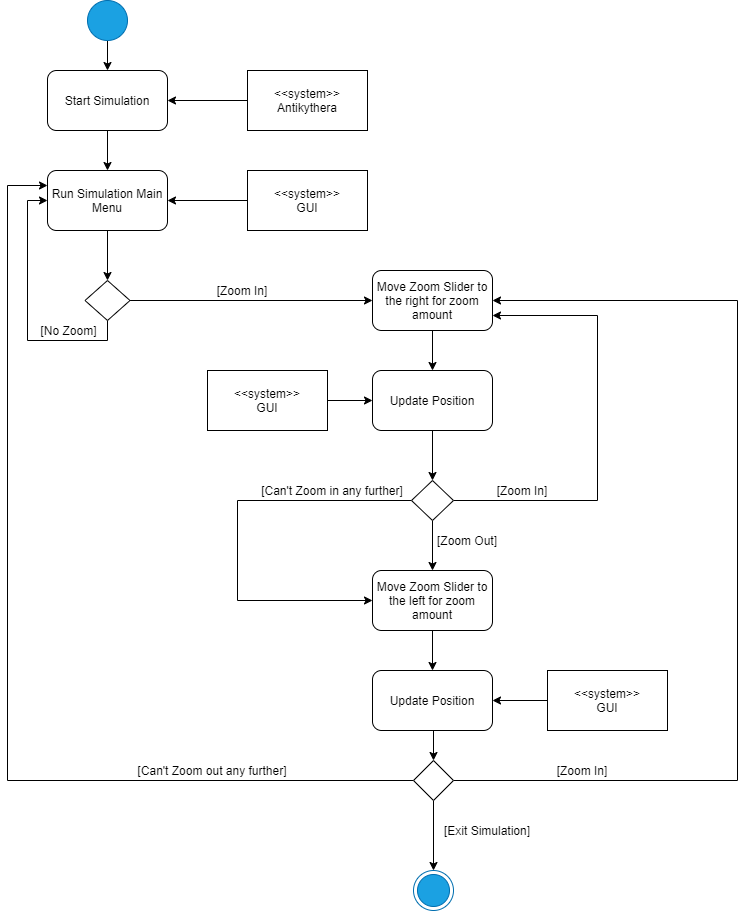
semmanuel/Antikythera keeps this draw.io diagram as Project Process Models/Zoom_Activity.png. Above is the earlier version. Source tidied: cells renumbered, new cells last; positions are measured from the earlier drawing's top-left corner, leaving out a move shared by most shapes.
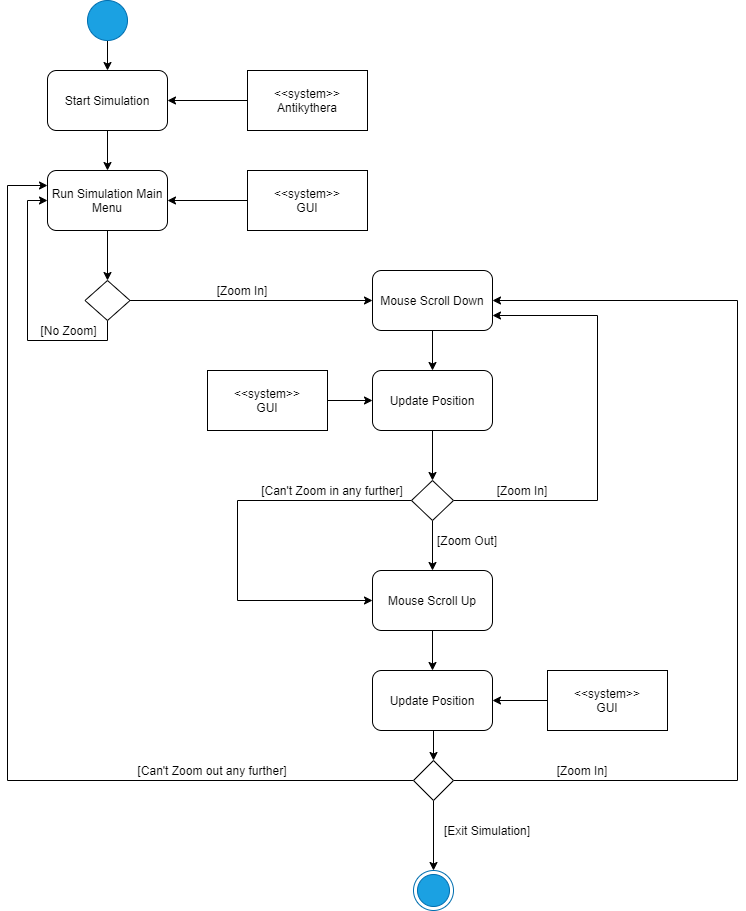
The same diagram one commit later.

The edit, as a diff of the source:
```diff
@@ -44,7 +44,7 @@
     <mxCell id="15" style="edgeStyle=orthogonalEdgeStyle;rounded=0;jettySize=auto;html=1;exitX=0.5;exitY=1;exitDx=0;exitDy=0;entryX=0.5;entryY=0;entryDx=0;entryDy=0;" parent="1" edge="1" source="16" target="20">
       <mxGeometry relative="1" as="geometry" />
     </mxCell>
-    <mxCell id="16" value="Move Zoom Slider to the right for zoom amount" style="rounded=1;whiteSpace=wrap;html=1;" parent="1" vertex="1">
+    <mxCell id="16" value="Mouse Scroll Down" style="rounded=1;whiteSpace=wrap;html=1;" parent="1" vertex="1">
       <mxGeometry x="365" y="270" width="120" height="60" as="geometry" />
     </mxCell>
     <mxCell id="17" value="[Zoom In]" style="text;html=1;strokeColor=none;fillColor=none;align=center;verticalAlign=middle;whiteSpace=wrap;rounded=0;" parent="1" vertex="1">
@@ -93,7 +93,7 @@
     <mxCell id="28" style="edgeStyle=orthogonalEdgeStyle;rounded=0;jettySize=auto;html=1;exitX=0.5;exitY=1;exitDx=0;exitDy=0;entryX=0.5;entryY=0;entryDx=0;entryDy=0;" parent="1" edge="1" source="29" target="32">
       <mxGeometry relative="1" as="geometry" />
     </mxCell>
-    <mxCell id="29" value="&lt;span&gt;Move Zoom Slider to the left for zoom amount&lt;/span&gt;" style="rounded=1;whiteSpace=wrap;html=1;" parent="1" vertex="1">
+    <mxCell id="29" value="Mouse Scroll Up" style="rounded=1;whiteSpace=wrap;html=1;" parent="1" vertex="1">
       <mxGeometry x="365" y="570" width="120" height="60" as="geometry" />
     </mxCell>
     <mxCell id="30" value="[Zoom Out]" style="text;html=1;strokeColor=none;fillColor=none;align=center;verticalAlign=middle;whiteSpace=wrap;rounded=0;" parent="1" vertex="1">
```
